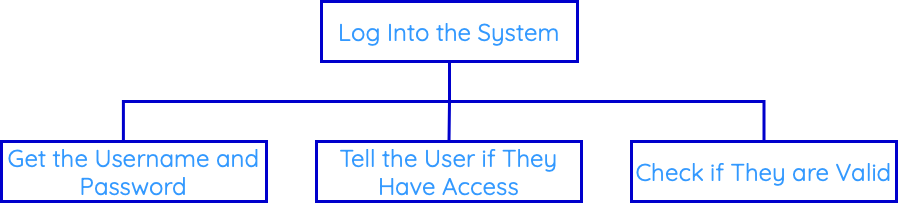
Mr-Wood-CS/National-5-CS keeps this draw.io diagram as docs/Images/Structure-Diagram-Example-1.png. Above is the earlier version. Source tidied: cells renumbered, new cells last; positions are measured from the earlier drawing's top-left corner, leaving out a move shared by most shapes.
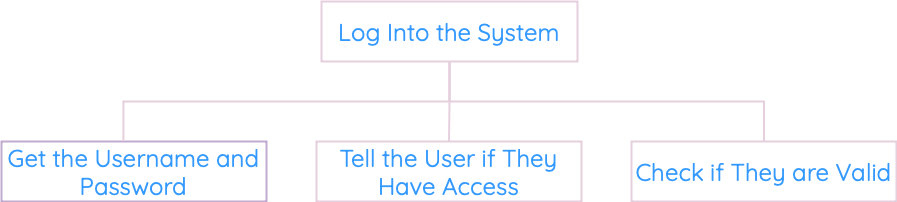
After the commit.

What changed in the source:
```diff
@@ -1,4 +1,4 @@
-<mxGraphModel background="#FFFFFF">
+<mxGraphModel>
   <root>
     <mxCell id="0" />
     <mxCell id="1" parent="0" />
@@ -8,7 +8,7 @@
     <mxCell id="3" style="edgeStyle=orthogonalEdgeStyle;rounded=0;jettySize=auto;html=1;exitX=0.5;exitY=1;exitDx=0;exitDy=0;entryX=0.5;entryY=0;entryDx=0;entryDy=0;endArrow=none;endFill=0;fillColor=none;strokeColor=#FFFFFF;" parent="1" edge="1" source="6" target="8">
       <mxGeometry relative="1" as="geometry" />
     </mxCell>
-    <mxCell id="4" style="edgeStyle=orthogonalEdgeStyle;rounded=0;jettySize=auto;html=1;exitX=0.5;exitY=1;exitDx=0;exitDy=0;entryX=0.5;entryY=0;entryDx=0;entryDy=0;endArrow=none;endFill=0;strokeColor=#0000CC;strokeWidth=3;" parent="1" edge="1" source="6" target="8">
+    <mxCell id="4" style="edgeStyle=orthogonalEdgeStyle;rounded=0;jettySize=auto;html=1;exitX=0.5;exitY=1;exitDx=0;exitDy=0;entryX=0.5;entryY=0;entryDx=0;entryDy=0;endArrow=none;endFill=0;strokeColor=#E6D0DE;strokeWidth=2;" parent="1" edge="1" source="6" target="8">
       <mxGeometry relative="1" as="geometry">
         <Array as="points">
           <mxPoint x="448" y="100" />
@@ -16,22 +16,22 @@
         </Array>
       </mxGeometry>
     </mxCell>
-    <mxCell id="5" style="edgeStyle=orthogonalEdgeStyle;rounded=0;jettySize=auto;html=1;exitX=0.5;exitY=1;exitDx=0;exitDy=0;entryX=0.5;entryY=0;entryDx=0;entryDy=0;endArrow=none;endFill=0;strokeColor=#0000CC;strokeWidth=3;" parent="1" edge="1" source="6" target="10">
+    <mxCell id="5" style="edgeStyle=orthogonalEdgeStyle;rounded=0;jettySize=auto;html=1;exitX=0.5;exitY=1;exitDx=0;exitDy=0;entryX=0.5;entryY=0;entryDx=0;entryDy=0;endArrow=none;endFill=0;strokeColor=#E6D0DE;strokeWidth=2;" parent="1" edge="1" source="6" target="10">
       <mxGeometry relative="1" as="geometry" />
     </mxCell>
-    <mxCell id="6" value="&lt;font color=&quot;#3399ff&quot; face=&quot;Quicksand&quot; style=&quot;font-size: 24px;&quot;&gt;Log Into the System&lt;/font&gt;" style="rounded=0;whiteSpace=wrap;html=1;fillColor=none;strokeColor=#0000CC;strokeWidth=3;" parent="1" vertex="1">
+    <mxCell id="6" value="&lt;font color=&quot;#3399ff&quot; face=&quot;Quicksand&quot; style=&quot;font-size: 24px;&quot;&gt;Log Into the System&lt;/font&gt;" style="rounded=0;whiteSpace=wrap;html=1;fillColor=none;strokeColor=#E6D0DE;strokeWidth=2;" parent="1" vertex="1">
       <mxGeometry x="320" width="256" height="60" as="geometry" />
     </mxCell>
-    <mxCell id="7" value="&lt;font color=&quot;#3399ff&quot; style=&quot;font-size: 24px;&quot; face=&quot;Quicksand&quot;&gt;Get the Username and Password&lt;/font&gt;" style="rounded=0;whiteSpace=wrap;html=1;fillColor=none;strokeColor=#0000CC;strokeWidth=3;" parent="1" vertex="1">
+    <mxCell id="7" value="&lt;font color=&quot;#3399ff&quot; style=&quot;font-size: 24px;&quot; face=&quot;Quicksand&quot;&gt;Get the Username and Password&lt;/font&gt;" style="rounded=0;whiteSpace=wrap;html=1;fillColor=none;strokeColor=#C3ABD0;strokeWidth=2;" parent="1" vertex="1">
       <mxGeometry y="140" width="265" height="60" as="geometry" />
     </mxCell>
-    <mxCell id="8" value="&lt;font color=&quot;#3399ff&quot; style=&quot;font-size: 24px;&quot; face=&quot;Quicksand&quot;&gt;Check if They are Valid&lt;/font&gt;" style="rounded=0;whiteSpace=wrap;html=1;fillColor=none;strokeColor=#0000CC;strokeWidth=3;" parent="1" vertex="1">
+    <mxCell id="8" value="&lt;font color=&quot;#3399ff&quot; style=&quot;font-size: 24px;&quot; face=&quot;Quicksand&quot;&gt;Check if They are Valid&lt;/font&gt;" style="rounded=0;whiteSpace=wrap;html=1;fillColor=none;strokeColor=#E6D0DE;strokeWidth=2;" parent="1" vertex="1">
       <mxGeometry x="630" y="140" width="265" height="60" as="geometry" />
     </mxCell>
-    <mxCell id="9" style="edgeStyle=orthogonalEdgeStyle;rounded=0;jettySize=auto;html=1;exitX=0.5;exitY=1;exitDx=0;exitDy=0;entryX=0.46;entryY=-0.017;entryDx=0;entryDy=0;entryPerimeter=0;endArrow=none;endFill=0;strokeColor=#0000CC;strokeWidth=3;" parent="1" edge="1" source="6" target="7">
+    <mxCell id="9" style="edgeStyle=orthogonalEdgeStyle;rounded=0;jettySize=auto;html=1;exitX=0.5;exitY=1;exitDx=0;exitDy=0;entryX=0.46;entryY=-0.017;entryDx=0;entryDy=0;entryPerimeter=0;endArrow=none;endFill=0;strokeColor=#E6D0DE;strokeWidth=2;" parent="1" edge="1" source="6" target="7">
       <mxGeometry relative="1" as="geometry" />
     </mxCell>
-    <mxCell id="10" value="&lt;font color=&quot;#3399ff&quot; face=&quot;Quicksand&quot; style=&quot;font-size: 24px;&quot;&gt;Tell the User if They Have Access&lt;/font&gt;" style="rounded=0;whiteSpace=wrap;html=1;fillColor=none;strokeColor=#0000CC;strokeWidth=3;" parent="1" vertex="1">
+    <mxCell id="10" value="&lt;font color=&quot;#3399ff&quot; face=&quot;Quicksand&quot; style=&quot;font-size: 24px;&quot;&gt;Tell the User if They Have Access&lt;/font&gt;" style="rounded=0;whiteSpace=wrap;html=1;fillColor=none;strokeColor=#E6D0DE;strokeWidth=2;" parent="1" vertex="1">
       <mxGeometry x="315" y="140" width="265" height="60" as="geometry" />
     </mxCell>
   </root>
```
